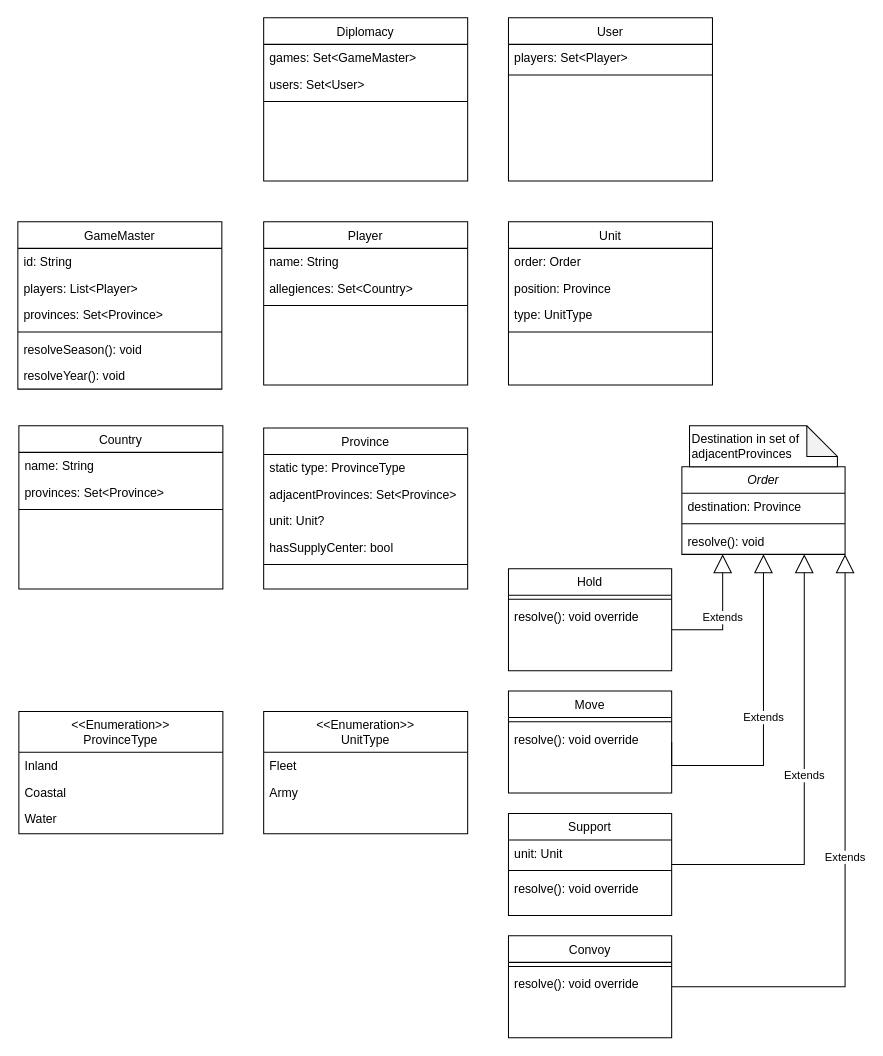
Above: docs/backend-uml.drawio in CPTR450-Diplomacy/backend (draw.io), before the change. Source tidied: cells renumbered, new cells numbered last; positions are measured from the earlier drawing's top-left corner, leaving out a move shared by most shapes. Both pictures are drawn from the tidied source at 102%, with x=0, y=0 at pixel (17, 17).
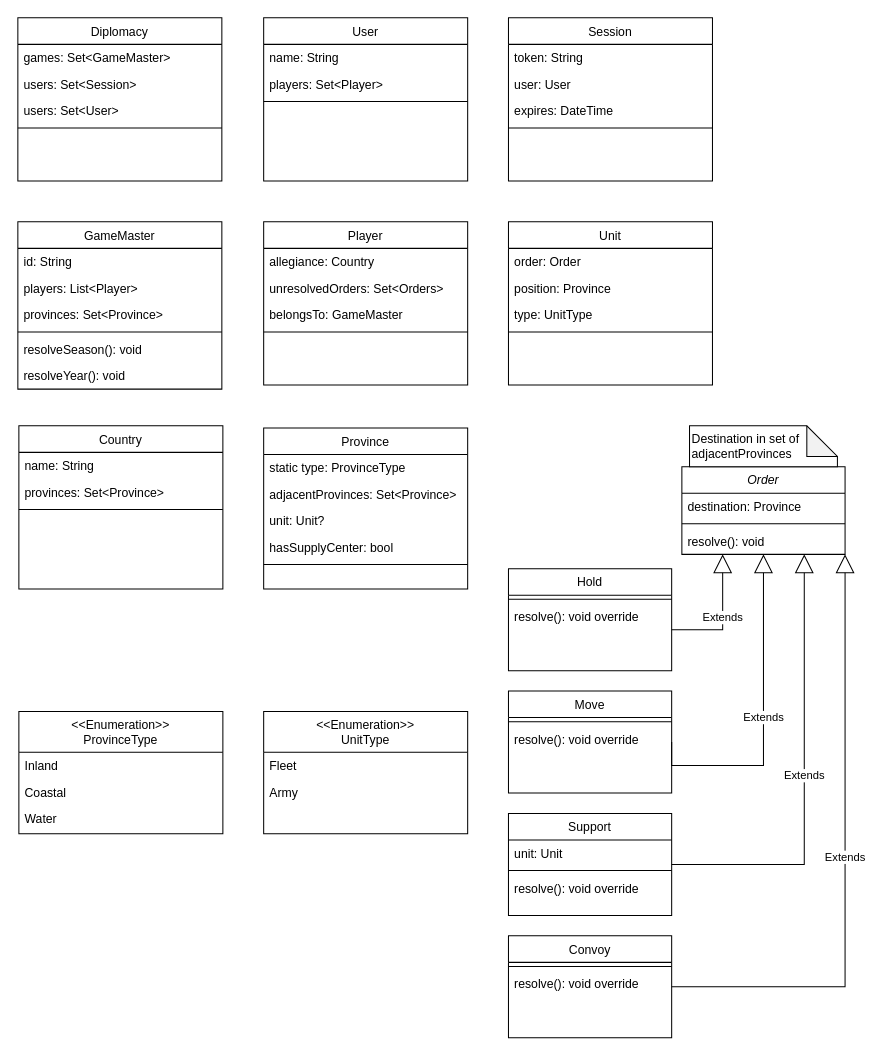
The same diagram, later.

Unchanged cells that the change refers to:
```xml
<mxCell id="2" value="Player" style="swimlane;fontStyle=0;align=center;verticalAlign=top;horizontal=1;startSize=26;rounded=0;shadow=0;strokeWidth=1;" parent="1" vertex="1">
  <mxGeometry x="241" y="200" width="200" height="160" as="geometry" />
</mxCell>
```

What changed in the source:
```diff
@@
-    <mxCell id="3" value="name: String" style="text;align=left;verticalAlign=top;spacingLeft=4;spacingRight=4;overflow=hidden;" parent="2" vertex="1">
-      <mxGeometry y="26" width="200" height="26" as="geometry" />
-    </mxCell>
-    <mxCell id="4" value="allegiences: Set&lt;Country&gt;" style="text;align=left;verticalAlign=top;spacingLeft=4;spacingRight=4;overflow=hidden;" parent="2" vertex="1">
-      <mxGeometry y="52" width="200" height="26" as="geometry" />
+    <mxCell id="4" value="allegiance: Country" style="text;align=left;verticalAlign=top;spacingLeft=4;spacingRight=4;overflow=hidden;" parent="2" vertex="1">
+      <mxGeometry y="26" width="200" height="26" as="geometry" />
     </mxCell>
+    <mxCell id="64" value="unresolvedOrders: Set&lt;Orders&gt;" style="text;align=left;verticalAlign=top;spacingLeft=4;spacingRight=4;overflow=hidden;" parent="2" vertex="1">
+      <mxGeometry y="52" width="200" height="26" as="geometry" />
+    </mxCell>
+    <mxCell id="65" value="belongsTo: GameMaster" style="text;align=left;verticalAlign=top;spacingLeft=4;spacingRight=4;overflow=hidden;" parent="2" vertex="1">
+      <mxGeometry y="78" width="200" height="26" as="geometry" />
+    </mxCell>
     <mxCell id="5" style="line;html=1;strokeWidth=1;align=left;verticalAlign=middle;spacingTop=-1;spacingLeft=3;spacingRight=3;labelPosition=right;" parent="2" vertex="1">
-      <mxGeometry y="78" width="200" height="8" as="geometry" />
+      <mxGeometry y="104" width="200" height="8" as="geometry" />
     </mxCell>
@@
     <mxCell id="57" value="Diplomacy" style="swimlane;fontStyle=0;align=center;verticalAlign=top;horizontal=1;startSize=26;rounded=0;shadow=0;strokeWidth=1;" parent="1" vertex="1">
-      <mxGeometry x="241" width="200" height="160" as="geometry" />
+      <mxGeometry width="200" height="160" as="geometry" />
     </mxCell>
@@
+    <mxCell id="66" value="users: Set&lt;Session&gt;" style="text;align=left;verticalAlign=top;spacingLeft=4;spacingRight=4;overflow=hidden;" parent="57" vertex="1">
+      <mxGeometry y="52" width="200" height="26" as="geometry" />
+    </mxCell>
     <mxCell id="59" value="users: Set&lt;User&gt;" style="text;align=left;verticalAlign=top;spacingLeft=4;spacingRight=4;overflow=hidden;" parent="57" vertex="1">
-      <mxGeometry y="52" width="200" height="26" as="geometry" />
+      <mxGeometry y="78" width="200" height="26" as="geometry" />
     </mxCell>
     <mxCell id="60" style="line;html=1;strokeWidth=1;align=left;verticalAlign=middle;spacingTop=-1;spacingLeft=3;spacingRight=3;labelPosition=right;" parent="57" vertex="1">
-      <mxGeometry y="78" width="200" height="8" as="geometry" />
+      <mxGeometry y="104" width="200" height="8" as="geometry" />
     </mxCell>
     <mxCell id="61" value="User" style="swimlane;fontStyle=0;align=center;verticalAlign=top;horizontal=1;startSize=26;rounded=0;shadow=0;strokeWidth=1;" parent="1" vertex="1">
-      <mxGeometry x="481" width="200" height="160" as="geometry" />
+      <mxGeometry x="241" width="200" height="160" as="geometry" />
     </mxCell>
+    <mxCell id="3" value="name: String" style="text;align=left;verticalAlign=top;spacingLeft=4;spacingRight=4;overflow=hidden;" parent="61" vertex="1">
+      <mxGeometry y="26" width="200" height="26" as="geometry" />
+    </mxCell>
     <mxCell id="62" value="players: Set&lt;Player&gt;" style="text;align=left;verticalAlign=top;spacingLeft=4;spacingRight=4;overflow=hidden;" parent="61" vertex="1">
-      <mxGeometry y="26" width="200" height="26" as="geometry" />
+      <mxGeometry y="52" width="200" height="26" as="geometry" />
     </mxCell>
     <mxCell id="63" style="line;html=1;strokeWidth=1;align=left;verticalAlign=middle;spacingTop=-1;spacingLeft=3;spacingRight=3;labelPosition=right;" parent="61" vertex="1">
-      <mxGeometry y="52" width="200" height="8" as="geometry" />
+      <mxGeometry y="78" width="200" height="8" as="geometry" />
     </mxCell>
+    <mxCell id="67" value="Session" style="swimlane;fontStyle=0;align=center;verticalAlign=top;horizontal=1;startSize=26;rounded=0;shadow=0;strokeWidth=1;" parent="1" vertex="1">
+      <mxGeometry x="481" width="200" height="160" as="geometry" />
+    </mxCell>
+    <mxCell id="68" value="token: String" style="text;align=left;verticalAlign=top;spacingLeft=4;spacingRight=4;overflow=hidden;" parent="67" vertex="1">
+      <mxGeometry y="26" width="200" height="26" as="geometry" />
+    </mxCell>
+    <mxCell id="69" value="user: User" style="text;align=left;verticalAlign=top;spacingLeft=4;spacingRight=4;overflow=hidden;" parent="67" vertex="1">
+      <mxGeometry y="52" width="200" height="26" as="geometry" />
+    </mxCell>
+    <mxCell id="70" value="expires: DateTime" style="text;align=left;verticalAlign=top;spacingLeft=4;spacingRight=4;overflow=hidden;" parent="67" vertex="1">
+      <mxGeometry y="78" width="200" height="26" as="geometry" />
+    </mxCell>
+    <mxCell id="71" style="line;html=1;strokeWidth=1;align=left;verticalAlign=middle;spacingTop=-1;spacingLeft=3;spacingRight=3;labelPosition=right;" parent="67" vertex="1">
+      <mxGeometry y="104" width="200" height="8" as="geometry" />
+    </mxCell>
```
